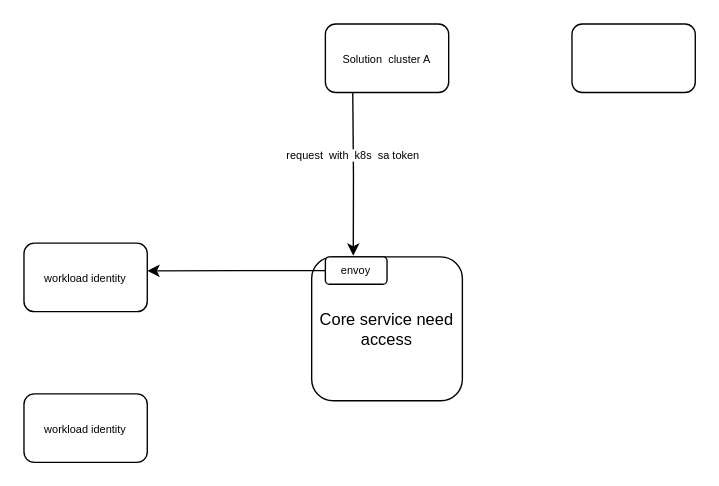
Above: HP/Untitled Diagram.drawio in zhangwm1987/mydraw_io (draw.io), before the change. Source tidied: cells renumbered, new cells numbered last; positions are measured from the earlier drawing's top-left corner, leaving out a move shared by most shapes. Both pictures are drawn from the tidied source at 137%, with x=0, y=0 at pixel (23, 23).
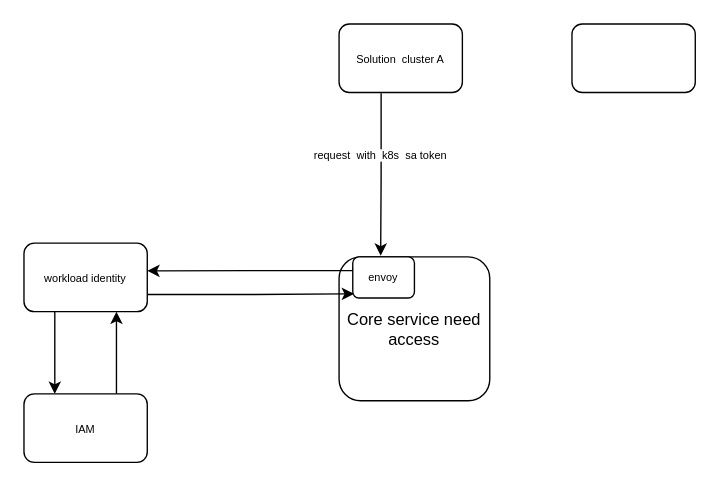
The same page after the edit.

The edit, as a diff of the source:
```diff
@@
 <mxGraphModel>
   <root>
     <mxCell id="0" />
     <mxCell id="1" parent="0" />
-    <mxCell id="2" style="edgeStyle=orthogonalEdgeStyle;rounded=0;jettySize=auto;html=1;entryX=0.276;entryY=-0.008;entryDx=0;entryDy=0;fontSize=8;entryPerimeter=0;" parent="1" edge="1" target="6">
-      <mxGeometry relative="1" as="geometry">
-        <mxPoint x="240" y="50" as="sourcePoint" />
-      </mxGeometry>
+    <mxCell id="2" style="edgeStyle=orthogonalEdgeStyle;rounded=0;jettySize=auto;html=1;entryX=0.276;entryY=-0.008;entryDx=0;entryDy=0;fontSize=8;entryPerimeter=0;exitX=0.341;exitY=1.011;exitDx=0;exitDy=0;exitPerimeter=0;" parent="1" edge="1" source="4" target="6">
+      <mxGeometry relative="1" as="geometry" />
     </mxCell>
     <mxCell id="3" value="request&amp;nbsp; with&amp;nbsp; k8s&amp;nbsp; sa token" style="edgeLabel;html=1;align=center;verticalAlign=middle;fontSize=8;" parent="2" vertex="1">
       <mxGeometry x="-0.24" y="-1" relative="1" as="geometry" />
     </mxCell>
     <mxCell id="4" value="&lt;font style=&quot;font-size: 8px&quot;&gt;Solution&amp;nbsp; cluster A&lt;/font&gt;" style="rounded=1;whiteSpace=wrap;html=1;" parent="1" vertex="1">
-      <mxGeometry x="220" width="90" height="50" as="geometry" />
+      <mxGeometry x="230" width="90" height="50" as="geometry" />
     </mxCell>
     <mxCell id="5" style="rounded=1;whiteSpace=wrap;html=1;" parent="1" vertex="1">
       <mxGeometry x="400" width="90" height="50" as="geometry" />
     </mxCell>
     <mxCell id="6" value="Core service need&lt;br&gt;access" style="rounded=1;whiteSpace=wrap;html=1;" parent="1" vertex="1">
-      <mxGeometry x="210" y="170" width="110" height="105" as="geometry" />
+      <mxGeometry x="230" y="170" width="110" height="105" as="geometry" />
     </mxCell>
+    <mxCell id="11" style="edgeStyle=orthogonalEdgeStyle;rounded=0;jettySize=auto;html=1;exitX=0.25;exitY=1;exitDx=0;exitDy=0;entryX=0.25;entryY=0;entryDx=0;entryDy=0;" parent="1" edge="1" source="7" target="10">
+      <mxGeometry relative="1" as="geometry" />
+    </mxCell>
+    <mxCell id="12" style="edgeStyle=orthogonalEdgeStyle;rounded=0;jettySize=auto;html=1;exitX=1;exitY=0.75;exitDx=0;exitDy=0;entryX=0.021;entryY=0.898;entryDx=0;entryDy=0;entryPerimeter=0;" parent="1" edge="1" source="7" target="9">
+      <mxGeometry relative="1" as="geometry" />
+    </mxCell>
     <mxCell id="7" value="&lt;font style=&quot;font-size: 8px&quot;&gt;workload identity&lt;/font&gt;" style="rounded=1;whiteSpace=wrap;html=1;" parent="1" vertex="1">
       <mxGeometry y="160" width="90" height="50" as="geometry" />
     </mxCell>
-    <mxCell id="8" style="edgeStyle=orthogonalEdgeStyle;rounded=0;jettySize=auto;html=1;exitX=0;exitY=0.5;exitDx=0;exitDy=0;entryX=1;entryY=0.404;entryDx=0;entryDy=0;entryPerimeter=0;fontSize=8;" parent="1" edge="1" source="9" target="7">
-      <mxGeometry relative="1" as="geometry" />
+    <mxCell id="8" style="edgeStyle=orthogonalEdgeStyle;rounded=0;jettySize=auto;html=1;exitX=0;exitY=0.25;exitDx=0;exitDy=0;entryX=1;entryY=0.404;entryDx=0;entryDy=0;entryPerimeter=0;fontSize=8;" parent="1" edge="1" source="9" target="7">
+      <mxGeometry relative="1" as="geometry">
+        <Array as="points">
+          <mxPoint x="240" y="180" />
+          <mxPoint x="165" y="180" />
+        </Array>
+      </mxGeometry>
     </mxCell>
     <mxCell id="9" value="envoy" style="rounded=1;whiteSpace=wrap;html=1;fontSize=8;" parent="1" vertex="1">
-      <mxGeometry x="220" y="170" width="45" height="20" as="geometry" />
+      <mxGeometry x="240" y="170" width="45" height="30" as="geometry" />
     </mxCell>
+    <mxCell id="13" style="edgeStyle=orthogonalEdgeStyle;rounded=0;jettySize=auto;html=1;exitX=0.75;exitY=0;exitDx=0;exitDy=0;entryX=0.75;entryY=1;entryDx=0;entryDy=0;" parent="1" edge="1" source="10" target="7">
+      <mxGeometry relative="1" as="geometry" />
+    </mxCell>
-    <mxCell id="10" value="&lt;font style=&quot;font-size: 8px&quot;&gt;workload identity&lt;/font&gt;" style="rounded=1;whiteSpace=wrap;html=1;" parent="1" vertex="1">
+    <mxCell id="10" value="&lt;font style=&quot;font-size: 8px&quot;&gt;IAM&lt;/font&gt;" style="rounded=1;whiteSpace=wrap;html=1;" parent="1" vertex="1">
       <mxGeometry y="270" width="90" height="50" as="geometry" />
     </mxCell>
   </root>
 </mxGraphModel>
```
